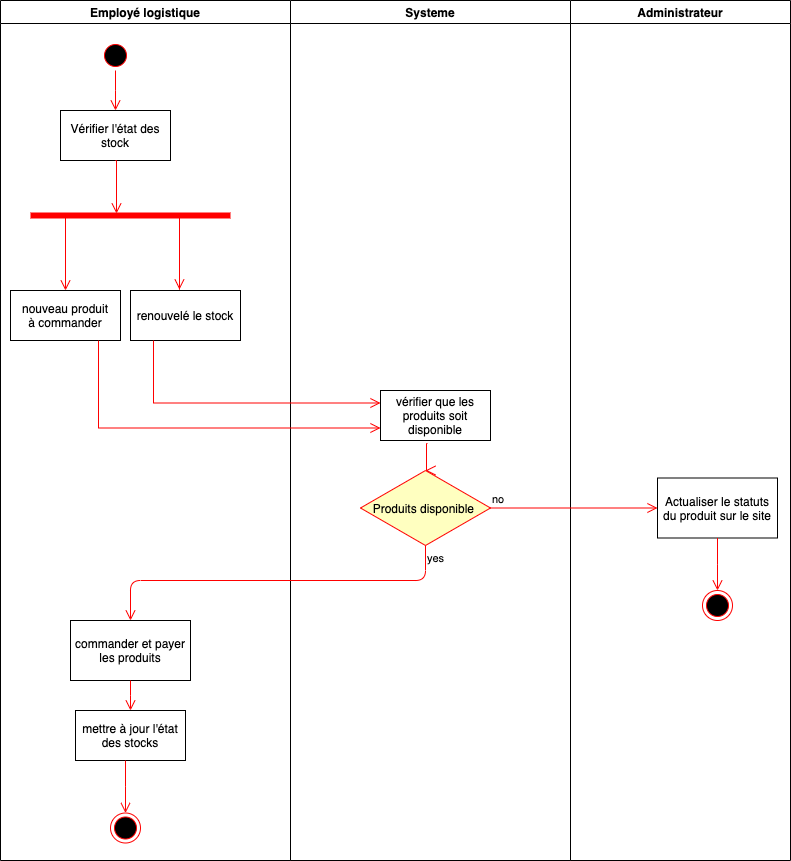
Above: commande/Commander au fournisseurs.png in eamarelo/soa_ecommerce (draw.io), before the change. Source tidied: cells renumbered, new cells last; positions are measured from the earlier drawing's top-left corner, leaving out a move shared by most shapes.
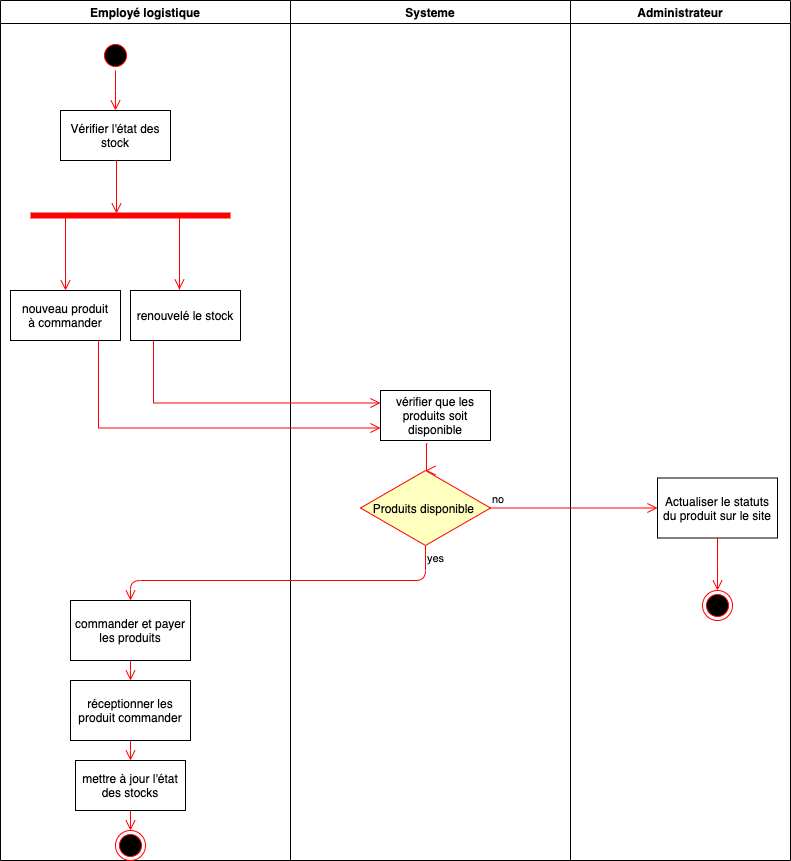
Above is the later version.

Diff of the diagram source:
```diff
@@ -21,22 +21,26 @@
       <mxGeometry x="-60" y="40" as="geometry" />
     </mxCell>
     <mxCell id="8" value="commander et payer les produits" style="rounded=0;whiteSpace=wrap;html=1;" parent="2" vertex="1">
-      <mxGeometry x="70" y="620" width="120" height="60" as="geometry" />
+      <mxGeometry x="70" y="600" width="120" height="60" as="geometry" />
     </mxCell>
     <mxCell id="9" value="mettre à jour l'état&#10;des stocks" parent="2" vertex="1">
-      <mxGeometry x="75" y="710" width="110" height="50" as="geometry" />
+      <mxGeometry x="75" y="760" width="110" height="50" as="geometry" />
     </mxCell>
-    <mxCell id="10" style="edgeStyle=elbowEdgeStyle;elbow=horizontal;verticalAlign=bottom;endArrow=open;endSize=8;strokeColor=#FF0000;endFill=1;rounded=0;exitX=0.5;exitY=1;exitDx=0;exitDy=0;entryX=0.5;entryY=0;entryDx=0;entryDy=0;" parent="2" edge="1" source="8" target="9">
-      <mxGeometry x="-358" y="100" as="geometry" />
-    </mxCell>
     <mxCell id="11" style="ellipse;shape=endState;fillColor=#000000;strokeColor=#ff0000;" parent="2" vertex="1">
-      <mxGeometry x="110" y="812.5" width="30" height="30" as="geometry" />
+      <mxGeometry x="115" y="830" width="30" height="30" as="geometry" />
     </mxCell>
-    <mxCell id="12" style="edgeStyle=elbowEdgeStyle;elbow=horizontal;verticalAlign=bottom;endArrow=open;endSize=8;strokeColor=#FF0000;endFill=1;rounded=0;exitX=0.5;exitY=1;exitDx=0;exitDy=0;entryX=0.5;entryY=0;entryDx=0;entryDy=0;" parent="2" edge="1" target="11">
-      <mxGeometry x="-960" y="312.5" as="geometry">
-        <mxPoint x="125" y="760" as="sourcePoint" />
-      </mxGeometry>
-    </mxCell>
+    <mxCell id="29" value="réceptionner les produit commander" style="rounded=0;whiteSpace=wrap;html=1;" parent="2" vertex="1">
+      <mxGeometry x="70" y="680" width="120" height="60" as="geometry" />
+    </mxCell>
+    <mxCell id="30" style="edgeStyle=elbowEdgeStyle;elbow=horizontal;verticalAlign=bottom;endArrow=open;endSize=8;strokeColor=#FF0000;endFill=1;rounded=0;exitX=0.5;exitY=1;exitDx=0;exitDy=0;entryX=0.5;entryY=0;entryDx=0;entryDy=0;" parent="2" edge="1" source="8" target="29">
+      <mxGeometry x="-358" y="100" as="geometry" />
+    </mxCell>
+    <mxCell id="31" style="edgeStyle=elbowEdgeStyle;elbow=horizontal;verticalAlign=bottom;endArrow=open;endSize=8;strokeColor=#FF0000;endFill=1;rounded=0;exitX=0.5;exitY=1;exitDx=0;exitDy=0;entryX=0.5;entryY=0;entryDx=0;entryDy=0;" parent="2" edge="1" source="29" target="9">
+      <mxGeometry x="-358" y="100" as="geometry" />
+    </mxCell>
+    <mxCell id="32" style="edgeStyle=elbowEdgeStyle;elbow=horizontal;verticalAlign=bottom;endArrow=open;endSize=8;strokeColor=#FF0000;endFill=1;rounded=0;exitX=0.5;exitY=1;exitDx=0;exitDy=0;entryX=0.5;entryY=0;entryDx=0;entryDy=0;" parent="2" edge="1" source="9" target="11">
+      <mxGeometry x="-518" y="100" as="geometry" />
+    </mxCell>
     <mxCell id="13" value="Systeme" style="swimlane;whiteSpace=wrap;" parent="1" vertex="1">
       <mxGeometry x="290" width="280" height="860" as="geometry" />
     </mxCell>
```
